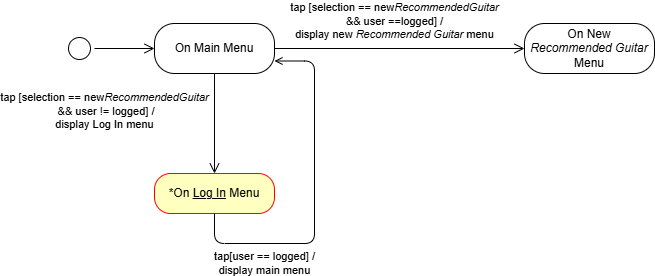
Above: diagrams/StateDiagramM.drawio.png in TizianoLilli/ISPW-Project (draw.io), before the change. Source tidied: cells renumbered, new cells last; positions are measured from the earlier drawing's top-left corner, leaving out a move shared by most shapes.
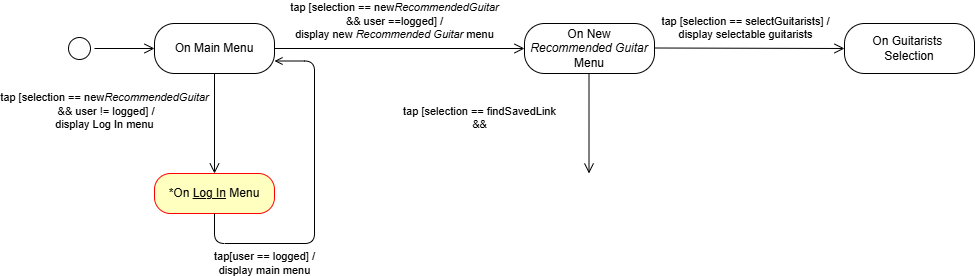
After the commit.

The edit, as a diff of the source:
```diff
@@ -33,5 +33,19 @@
     <mxCell id="9" value="tap [selection == new&lt;i&gt;RecommendedGuitar&lt;/i&gt;&lt;div&gt;&amp;amp;&amp;amp; user ==logged] /&lt;/div&gt;&lt;div&gt;display new &lt;i&gt;Recommended Guitar &lt;/i&gt;menu&lt;/div&gt;" style="edgeStyle=orthogonalEdgeStyle;html=1;verticalAlign=bottom;endArrow=open;endSize=8;rounded=1;labelBackgroundColor=none;fontColor=default;entryX=0;entryY=0.5;entryDx=0;entryDy=0;curved=0;exitX=1;exitY=0.5;exitDx=0;exitDy=0;" parent="1" edge="1" source="4" target="8">
       <mxGeometry x="-0.04" y="5" relative="1" as="geometry" />
     </mxCell>
+    <mxCell id="10" value="tap [selection == findSavedLink&lt;div&gt;&amp;amp;&amp;amp;&lt;/div&gt;" style="edgeStyle=orthogonalEdgeStyle;html=1;verticalAlign=bottom;endArrow=open;endSize=8;rounded=1;labelBackgroundColor=none;fontColor=default;entryX=0.5;entryY=0;entryDx=0;entryDy=0;curved=0;" parent="1" edge="1">
+      <mxGeometry x="0.2" y="-110" relative="1" as="geometry">
+        <mxPoint x="524.5" y="50" as="sourcePoint" />
+        <mxPoint x="524.5" y="150" as="targetPoint" />
+      </mxGeometry>
+    </mxCell>
+    <mxCell id="11" value="On Guitarists&amp;nbsp;&lt;div&gt;Selection&lt;/div&gt;" style="rounded=1;whiteSpace=wrap;html=1;arcSize=40;labelBackgroundColor=none;" parent="1" vertex="1">
+      <mxGeometry x="780" width="130" height="50" as="geometry" />
+    </mxCell>
+    <mxCell id="12" value="tap [selection == selectGuitarists] /&lt;div&gt;display selectable guitarists&lt;/div&gt;" style="edgeStyle=orthogonalEdgeStyle;html=1;verticalAlign=bottom;endArrow=open;endSize=8;rounded=1;labelBackgroundColor=none;fontColor=default;entryX=0;entryY=0.5;entryDx=0;entryDy=0;curved=0;exitX=1;exitY=0.5;exitDx=0;exitDy=0;" parent="1" edge="1" target="11">
+      <mxGeometry x="-0.04" y="5" relative="1" as="geometry">
+        <mxPoint x="590" y="24.5" as="sourcePoint" />
+      </mxGeometry>
+    </mxCell>
   </root>
 </mxGraphModel>
```
